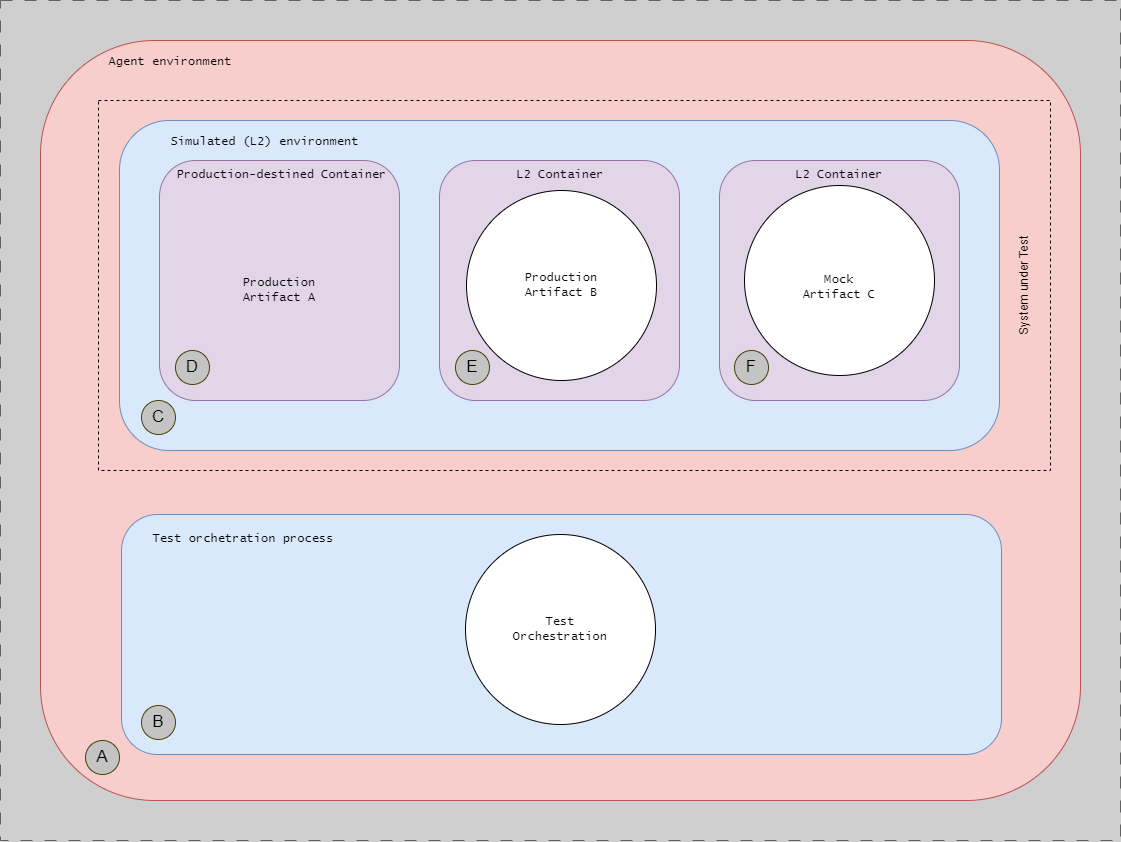
Before: docs/assets/testing/process-isolation-l2.drawio.png, a diagram exported from draw.io (ready-to-release/eac). Source tidied: cells renumbered, new cells last; positions are measured from the earlier drawing's top-left corner, leaving out a move shared by most shapes.
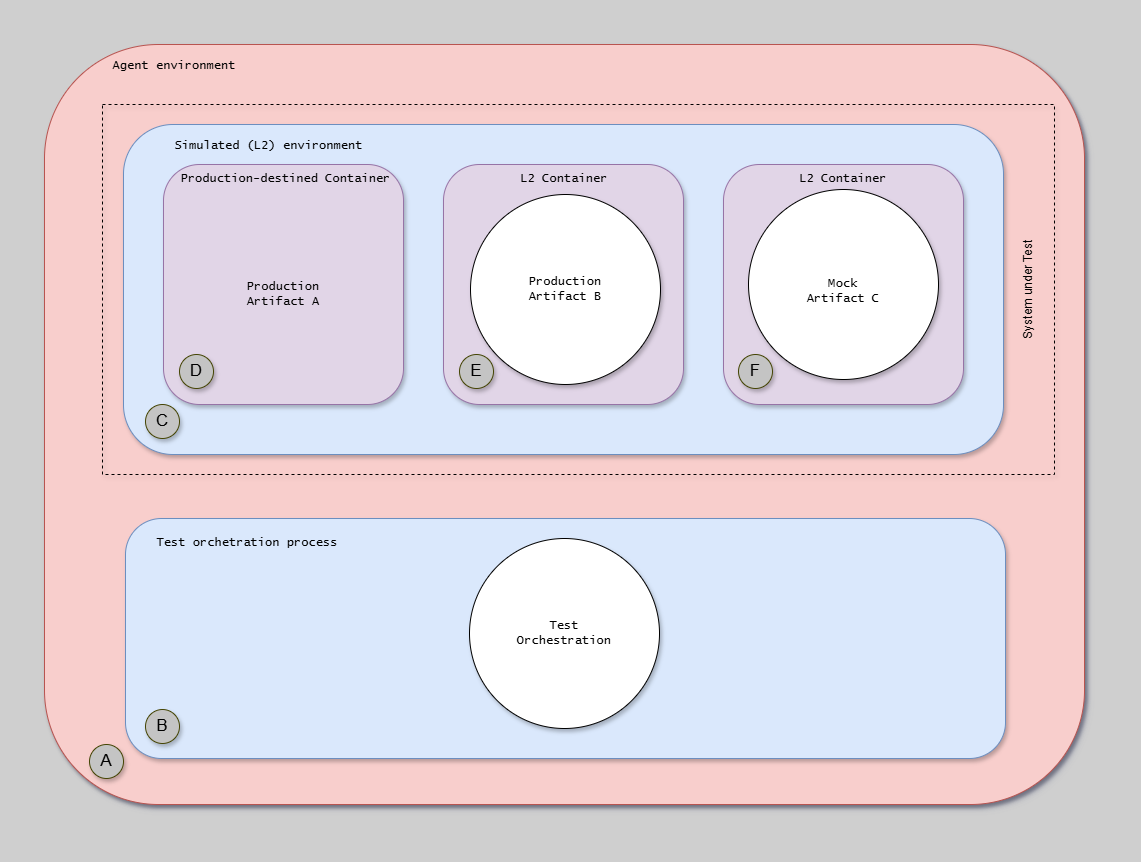
Later version of the same file.

Diff of the diagram source:
```diff
@@ -1,80 +1,80 @@
-<mxGraphModel background="#CFCFCF">
+<mxGraphModel background="#CFCFCF" shadow="1">
   <root>
     <mxCell id="0" />
     <mxCell id="1" parent="0" />
-    <mxCell id="2" style="rounded=1;whiteSpace=wrap;html=1;fontFamily=Lucida Console;fillColor=#f8cecc;strokeColor=#b85450;" parent="1" vertex="1">
+    <mxCell id="2" style="rounded=1;whiteSpace=wrap;html=1;fontFamily=Lucida Console;fillColor=#f8cecc;strokeColor=#b85450;shadow=1;" parent="1" vertex="1">
       <mxGeometry x="40" y="40" width="1040" height="760" as="geometry" />
     </mxCell>
-    <mxCell id="3" style="rounded=1;whiteSpace=wrap;html=1;fontFamily=Lucida Console;fillColor=#dae8fc;strokeColor=#6c8ebf;" parent="1" vertex="1">
+    <mxCell id="3" style="rounded=1;whiteSpace=wrap;html=1;fontFamily=Lucida Console;fillColor=#dae8fc;strokeColor=#6c8ebf;shadow=1;" parent="1" vertex="1">
       <mxGeometry x="119" y="120" width="880" height="330" as="geometry" />
     </mxCell>
-    <mxCell id="4" style="rounded=1;whiteSpace=wrap;html=1;fillColor=#e1d5e7;strokeColor=#9673a6;fontFamily=Lucida Console;" parent="1" vertex="1">
+    <mxCell id="4" style="rounded=1;whiteSpace=wrap;html=1;fillColor=#e1d5e7;strokeColor=#9673a6;fontFamily=Lucida Console;shadow=1;" parent="1" vertex="1">
       <mxGeometry x="159" y="160" width="240" height="240" as="geometry" />
     </mxCell>
-    <mxCell id="5" style="rounded=1;whiteSpace=wrap;html=1;fillColor=#e1d5e7;strokeColor=#9673a6;fontFamily=Lucida Console;" parent="1" vertex="1">
+    <mxCell id="5" style="rounded=1;whiteSpace=wrap;html=1;fillColor=#e1d5e7;strokeColor=#9673a6;fontFamily=Lucida Console;shadow=1;" parent="1" vertex="1">
       <mxGeometry x="439" y="160" width="240" height="240" as="geometry" />
     </mxCell>
-    <mxCell id="6" style="group;strokeColor=#616161;dashed=1;dashPattern=12 12;fontFamily=Lucida Console;" parent="1" vertex="1">
+    <mxCell id="6" style="group;strokeColor=none;dashed=1;dashPattern=12 12;fontFamily=Lucida Console;shadow=1;" parent="1" vertex="1">
       <mxGeometry width="1120" height="840" as="geometry" />
     </mxCell>
-    <mxCell id="7" style="rounded=1;whiteSpace=wrap;html=1;fillColor=#e1d5e7;strokeColor=#9673a6;fontFamily=Lucida Console;" parent="1" vertex="1">
+    <mxCell id="7" style="rounded=1;whiteSpace=wrap;html=1;fillColor=#e1d5e7;strokeColor=#9673a6;fontFamily=Lucida Console;shadow=1;" parent="1" vertex="1">
       <mxGeometry x="719" y="160" width="240" height="240" as="geometry" />
     </mxCell>
-    <mxCell id="8" value="&lt;br style=&quot;border-color: var(--border-color);&quot;&gt;Mock&lt;br&gt;Artifact C" style="ellipse;whiteSpace=wrap;html=1;fontFamily=Lucida Console;" parent="1" vertex="1">
+    <mxCell id="8" value="&lt;br style=&quot;border-color: var(--border-color);&quot;&gt;Mock&lt;br&gt;Artifact C" style="ellipse;whiteSpace=wrap;html=1;fontFamily=Lucida Console;shadow=1;" parent="1" vertex="1">
       <mxGeometry x="744" y="185" width="190" height="190" as="geometry" />
     </mxCell>
-    <mxCell id="9" value="Simulated (L2) environment" style="text;html=1;strokeColor=none;fillColor=none;align=center;verticalAlign=middle;whiteSpace=wrap;rounded=0;fontFamily=Lucida Console;" parent="1" vertex="1">
+    <mxCell id="9" value="Simulated (L2) environment" style="text;html=1;strokeColor=none;fillColor=none;align=center;verticalAlign=middle;whiteSpace=wrap;rounded=0;fontFamily=Lucida Console;shadow=1;" parent="1" vertex="1">
       <mxGeometry x="158" y="127" width="213" height="30" as="geometry" />
     </mxCell>
-    <mxCell id="10" value="Production-destined Container" style="text;html=1;strokeColor=none;fillColor=none;align=center;verticalAlign=middle;whiteSpace=wrap;rounded=0;fontFamily=Lucida Console;" parent="1" vertex="1">
+    <mxCell id="10" value="Production-destined Container" style="text;html=1;strokeColor=none;fillColor=none;align=center;verticalAlign=middle;whiteSpace=wrap;rounded=0;fontFamily=Lucida Console;shadow=1;" parent="1" vertex="1">
       <mxGeometry x="175" y="160" width="213" height="30" as="geometry" />
     </mxCell>
-    <mxCell id="11" value="Agent environment" style="text;html=1;strokeColor=none;fillColor=none;align=center;verticalAlign=middle;whiteSpace=wrap;rounded=0;fontFamily=Lucida Console;" parent="1" vertex="1">
+    <mxCell id="11" value="Agent environment" style="text;html=1;strokeColor=none;fillColor=none;align=center;verticalAlign=middle;whiteSpace=wrap;rounded=0;fontFamily=Lucida Console;shadow=1;" parent="1" vertex="1">
       <mxGeometry x="100" y="52" width="140" height="20" as="geometry" />
     </mxCell>
-    <mxCell id="12" value="L2 Container" style="text;html=1;strokeColor=none;fillColor=none;align=center;verticalAlign=middle;whiteSpace=wrap;rounded=0;fontFamily=Lucida Console;" parent="1" vertex="1">
+    <mxCell id="12" value="L2 Container" style="text;html=1;strokeColor=none;fillColor=none;align=center;verticalAlign=middle;whiteSpace=wrap;rounded=0;fontFamily=Lucida Console;shadow=1;" parent="1" vertex="1">
       <mxGeometry x="455" y="160" width="210" height="30" as="geometry" />
     </mxCell>
-    <mxCell id="13" value="L2 Container" style="text;html=1;strokeColor=none;fillColor=none;align=center;verticalAlign=middle;whiteSpace=wrap;rounded=0;fontFamily=Lucida Console;" parent="1" vertex="1">
+    <mxCell id="13" value="L2 Container" style="text;html=1;strokeColor=none;fillColor=none;align=center;verticalAlign=middle;whiteSpace=wrap;rounded=0;fontFamily=Lucida Console;shadow=1;" parent="1" vertex="1">
       <mxGeometry x="734" y="160" width="210" height="30" as="geometry" />
     </mxCell>
-    <mxCell id="14" style="rounded=1;whiteSpace=wrap;html=1;fontFamily=Lucida Console;fillColor=#dae8fc;strokeColor=#6c8ebf;" parent="1" vertex="1">
+    <mxCell id="14" style="rounded=1;whiteSpace=wrap;html=1;fontFamily=Lucida Console;fillColor=#dae8fc;strokeColor=#6c8ebf;shadow=1;" parent="1" vertex="1">
       <mxGeometry x="121" y="514" width="880" height="240" as="geometry" />
     </mxCell>
-    <mxCell id="15" value="Test&lt;br&gt;Orchestration" style="ellipse;whiteSpace=wrap;html=1;fontFamily=Lucida Console;" parent="1" vertex="1">
+    <mxCell id="15" value="Test&lt;br&gt;Orchestration" style="ellipse;whiteSpace=wrap;html=1;fontFamily=Lucida Console;shadow=1;" parent="1" vertex="1">
       <mxGeometry x="465" y="534" width="190" height="190" as="geometry" />
     </mxCell>
-    <mxCell id="16" value="Test orchetration process" style="text;html=1;strokeColor=none;fillColor=none;align=center;verticalAlign=middle;whiteSpace=wrap;rounded=0;fontFamily=Lucida Console;" parent="1" vertex="1">
+    <mxCell id="16" value="Test orchetration process" style="text;html=1;strokeColor=none;fillColor=none;align=center;verticalAlign=middle;whiteSpace=wrap;rounded=0;fontFamily=Lucida Console;shadow=1;" parent="1" vertex="1">
       <mxGeometry x="138" y="524" width="210" height="30" as="geometry" />
     </mxCell>
-    <mxCell id="17" value="&lt;span style=&quot;color: rgb(0, 0, 0); font-family: &amp;quot;Lucida Console&amp;quot;; font-size: 12px; font-style: normal; font-variant-ligatures: normal; font-variant-caps: normal; font-weight: 400; letter-spacing: normal; orphans: 2; text-indent: 0px; text-transform: none; widows: 2; word-spacing: 0px; -webkit-text-stroke-width: 0px; text-decoration-thickness: initial; text-decoration-style: initial; text-decoration-color: initial; float: none; display: inline !important;&quot;&gt;Production&lt;br&gt;&lt;/span&gt;&lt;span style=&quot;color: rgb(0, 0, 0); font-family: &amp;quot;Lucida Console&amp;quot;; font-size: 12px; font-style: normal; font-variant-ligatures: normal; font-variant-caps: normal; font-weight: 400; letter-spacing: normal; orphans: 2; text-indent: 0px; text-transform: none; widows: 2; word-spacing: 0px; -webkit-text-stroke-width: 0px; text-decoration-thickness: initial; text-decoration-style: initial; text-decoration-color: initial; float: none; display: inline !important;&quot;&gt;Artifact A&lt;/span&gt;" style="text;whiteSpace=wrap;html=1;align=center;" parent="1" vertex="1">
+    <mxCell id="17" value="&lt;span style=&quot;color: rgb(0, 0, 0); font-family: &amp;quot;Lucida Console&amp;quot;; font-size: 12px; font-style: normal; font-variant-ligatures: normal; font-variant-caps: normal; font-weight: 400; letter-spacing: normal; orphans: 2; text-indent: 0px; text-transform: none; widows: 2; word-spacing: 0px; -webkit-text-stroke-width: 0px; text-decoration-thickness: initial; text-decoration-style: initial; text-decoration-color: initial; float: none; display: inline !important;&quot;&gt;Production&lt;br&gt;&lt;/span&gt;&lt;span style=&quot;color: rgb(0, 0, 0); font-family: &amp;quot;Lucida Console&amp;quot;; font-size: 12px; font-style: normal; font-variant-ligatures: normal; font-variant-caps: normal; font-weight: 400; letter-spacing: normal; orphans: 2; text-indent: 0px; text-transform: none; widows: 2; word-spacing: 0px; -webkit-text-stroke-width: 0px; text-decoration-thickness: initial; text-decoration-style: initial; text-decoration-color: initial; float: none; display: inline !important;&quot;&gt;Artifact A&lt;/span&gt;" style="text;whiteSpace=wrap;html=1;align=center;shadow=1;" parent="1" vertex="1">
       <mxGeometry x="199" y="267.5" width="160" height="42.5" as="geometry" />
     </mxCell>
-    <mxCell id="18" value="&lt;font style=&quot;font-size: 17px;&quot;&gt;A&lt;/font&gt;" style="ellipse;whiteSpace=wrap;html=1;fillColor=#C4C4C4;strokeColor=#454505;" parent="1" vertex="1">
+    <mxCell id="18" value="&lt;font style=&quot;font-size: 17px;&quot;&gt;A&lt;/font&gt;" style="ellipse;whiteSpace=wrap;html=1;fillColor=#C4C4C4;strokeColor=#454505;shadow=1;" parent="1" vertex="1">
       <mxGeometry x="85" y="740" width="34" height="34" as="geometry" />
     </mxCell>
-    <mxCell id="19" value="&lt;font style=&quot;font-size: 17px;&quot;&gt;C&lt;/font&gt;" style="ellipse;whiteSpace=wrap;html=1;fillColor=#C4C4C4;strokeColor=#454505;" parent="1" vertex="1">
+    <mxCell id="19" value="&lt;font style=&quot;font-size: 17px;&quot;&gt;C&lt;/font&gt;" style="ellipse;whiteSpace=wrap;html=1;fillColor=#C4C4C4;strokeColor=#454505;shadow=1;" parent="1" vertex="1">
       <mxGeometry x="141" y="400" width="34" height="34" as="geometry" />
     </mxCell>
-    <mxCell id="20" value="&lt;font style=&quot;font-size: 17px;&quot;&gt;B&lt;/font&gt;" style="ellipse;whiteSpace=wrap;html=1;fillColor=#C4C4C4;strokeColor=#454505;" parent="1" vertex="1">
+    <mxCell id="20" value="&lt;font style=&quot;font-size: 17px;&quot;&gt;B&lt;/font&gt;" style="ellipse;whiteSpace=wrap;html=1;fillColor=#C4C4C4;strokeColor=#454505;shadow=1;" parent="1" vertex="1">
       <mxGeometry x="141" y="705" width="34" height="34" as="geometry" />
     </mxCell>
-    <mxCell id="21" value="&lt;font style=&quot;font-size: 17px;&quot;&gt;D&lt;/font&gt;" style="ellipse;whiteSpace=wrap;html=1;fillColor=#C4C4C4;strokeColor=#454505;" parent="1" vertex="1">
+    <mxCell id="21" value="&lt;font style=&quot;font-size: 17px;&quot;&gt;D&lt;/font&gt;" style="ellipse;whiteSpace=wrap;html=1;fillColor=#C4C4C4;strokeColor=#454505;shadow=1;" parent="1" vertex="1">
       <mxGeometry x="175" y="350" width="34" height="34" as="geometry" />
     </mxCell>
-    <mxCell id="22" value="Production&lt;br style=&quot;border-color: var(--border-color);&quot;&gt;Artifact B" style="ellipse;whiteSpace=wrap;html=1;fontFamily=Lucida Console;" parent="1" vertex="1">
+    <mxCell id="22" value="Production&lt;br style=&quot;border-color: var(--border-color);&quot;&gt;Artifact B" style="ellipse;whiteSpace=wrap;html=1;fontFamily=Lucida Console;shadow=1;" parent="1" vertex="1">
       <mxGeometry x="466" y="190" width="190" height="190" as="geometry" />
     </mxCell>
-    <mxCell id="23" value="&lt;font style=&quot;font-size: 17px;&quot;&gt;E&lt;/font&gt;" style="ellipse;whiteSpace=wrap;html=1;fillColor=#C4C4C4;strokeColor=#454505;" parent="1" vertex="1">
+    <mxCell id="23" value="&lt;font style=&quot;font-size: 17px;&quot;&gt;E&lt;/font&gt;" style="ellipse;whiteSpace=wrap;html=1;fillColor=#C4C4C4;strokeColor=#454505;shadow=1;" parent="1" vertex="1">
       <mxGeometry x="455" y="350" width="34" height="34" as="geometry" />
     </mxCell>
-    <mxCell id="24" value="&lt;font style=&quot;font-size: 17px;&quot;&gt;F&lt;/font&gt;" style="ellipse;whiteSpace=wrap;html=1;fillColor=#C4C4C4;strokeColor=#454505;" parent="1" vertex="1">
+    <mxCell id="24" value="&lt;font style=&quot;font-size: 17px;&quot;&gt;F&lt;/font&gt;" style="ellipse;whiteSpace=wrap;html=1;fillColor=#C4C4C4;strokeColor=#454505;shadow=1;" parent="1" vertex="1">
       <mxGeometry x="734" y="350" width="34" height="34" as="geometry" />
     </mxCell>
-    <mxCell id="25" style="group;strokeColor=#000000;dashed=1;strokeWidth=1;" parent="1" vertex="1">
+    <mxCell id="25" style="group;strokeColor=#000000;dashed=1;strokeWidth=1;shadow=1;" parent="1" vertex="1">
       <mxGeometry x="98" y="100" width="952" height="370" as="geometry" />
     </mxCell>
-    <mxCell id="26" value="System under Test" style="text;html=1;strokeColor=none;fillColor=none;align=center;verticalAlign=middle;whiteSpace=wrap;rounded=0;rotation=-90;" parent="1" vertex="1">
+    <mxCell id="26" value="System under Test" style="text;html=1;strokeColor=none;fillColor=none;align=center;verticalAlign=middle;whiteSpace=wrap;rounded=0;rotation=-90;shadow=1;" parent="1" vertex="1">
       <mxGeometry x="959" y="275" width="130" height="20" as="geometry" />
     </mxCell>
   </root>
```
